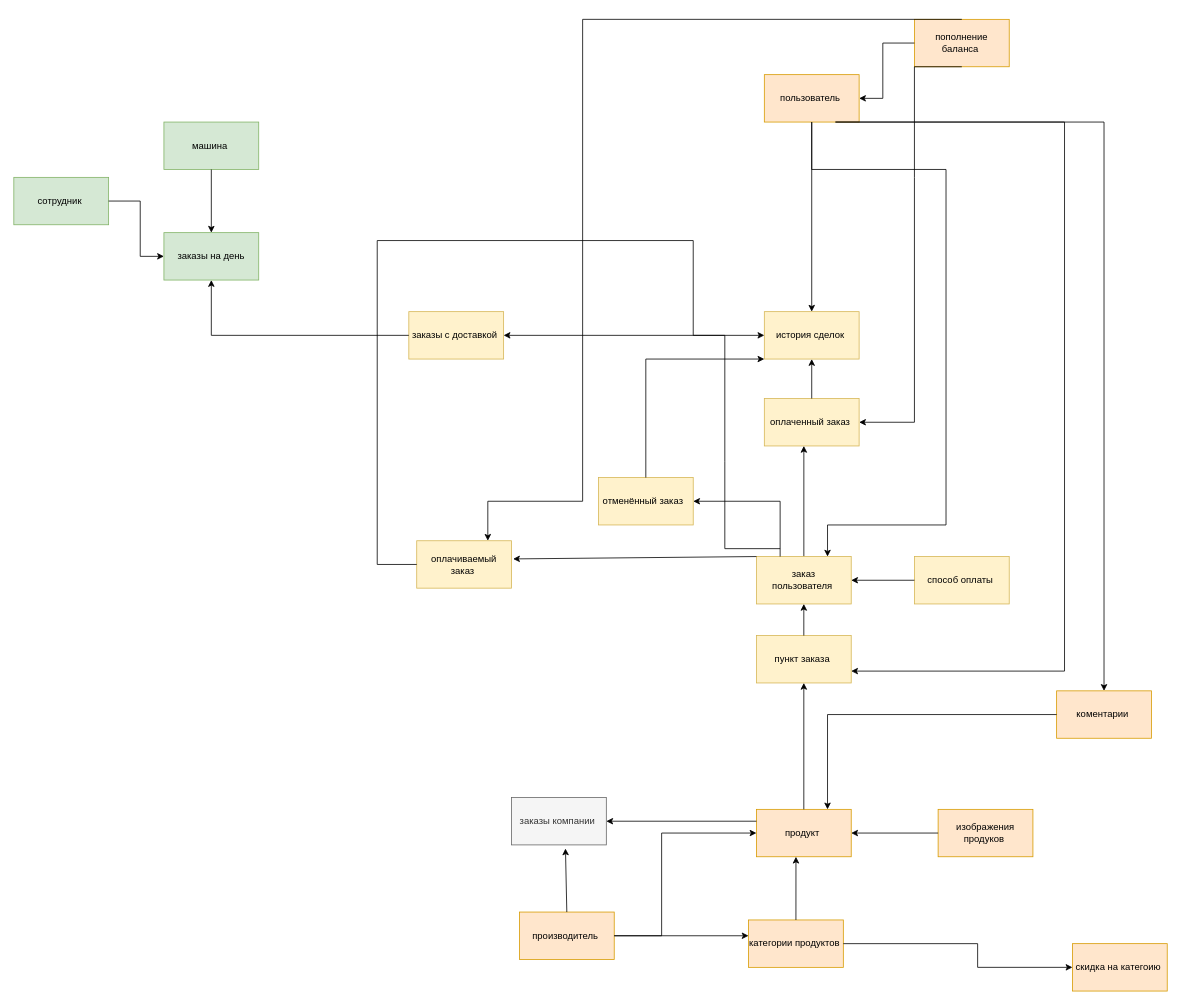
Above: page "Страница 1" (1 of 2) of django_rest1/DB.drawio in alexkhub/website2 (draw.io), before the change. Source tidied: cells renumbered, new cells numbered last; positions are measured from the earlier drawing's top-left corner, leaving out a move shared by most shapes. Both pictures are drawn from the tidied source at 79%, with x=0, y=0 at pixel (13, 19).
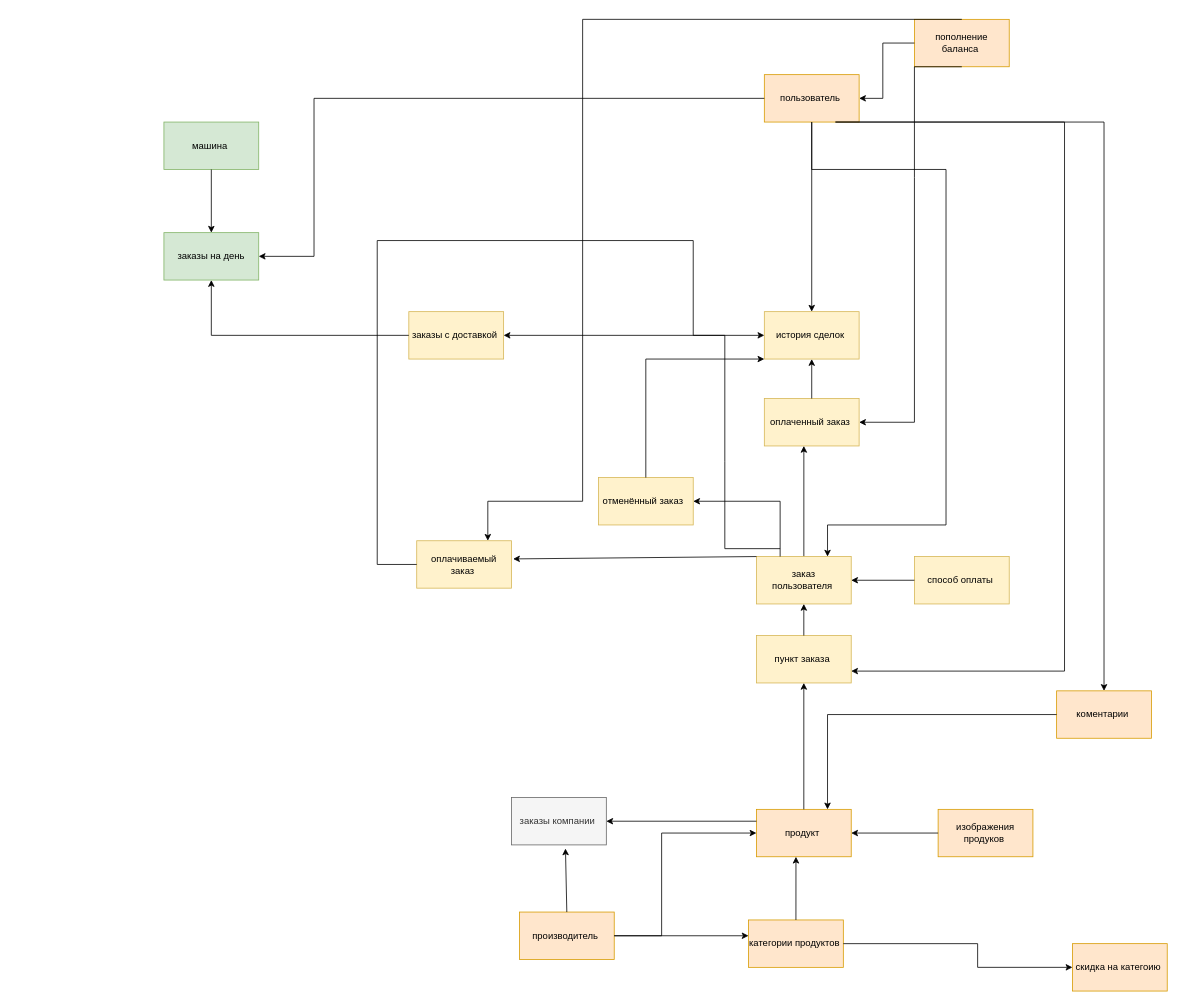
The same page after the edit.

Unchanged cells that the change refers to:
```xml
<mxCell id="2" value="пользователь&amp;nbsp;" style="rounded=0;whiteSpace=wrap;html=1;fillColor=#ffe6cc;strokeColor=#d79b00;" parent="1" vertex="1">
  <mxGeometry x="950" y="70" width="120" height="60" as="geometry" />
</mxCell>
<mxCell id="6" value="заказы на день" style="rounded=0;whiteSpace=wrap;html=1;fillColor=#d5e8d4;strokeColor=#82b366;" parent="1" vertex="1">
  <mxGeometry x="190" y="270" width="120" height="60" as="geometry" />
</mxCell>
```

What changed in the source:
```diff
@@
-    <mxCell id="7" value="сотрудник&amp;nbsp;" style="rounded=0;whiteSpace=wrap;html=1;fillColor=#d5e8d4;strokeColor=#82b366;" parent="1" vertex="1">
-      <mxGeometry y="200" width="120" height="60" as="geometry" />
-    </mxCell>
@@
-    <mxCell id="30" style="endArrow=classic;html=1;rounded=0;exitX=1;exitY=0.5;exitDx=0;exitDy=0;entryX=0;entryY=0.5;entryDx=0;entryDy=0;" parent="1" edge="1" source="7" target="6">
-      <mxGeometry relative="1" as="geometry">
-        <Array as="points">
-          <mxPoint x="160" y="230" />
-          <mxPoint x="160" y="300" />
-        </Array>
-      </mxGeometry>
-    </mxCell>
@@
+    <mxCell id="50" style="endArrow=classic;html=1;rounded=0;exitX=0;exitY=0.5;exitDx=0;exitDy=0;entryX=1;entryY=0.5;entryDx=0;entryDy=0;" parent="1" edge="1" source="2" target="6">
+      <mxGeometry relative="1" as="geometry">
+        <Array as="points">
+          <mxPoint x="380" y="100" />
+          <mxPoint x="380" y="300" />
+        </Array>
+      </mxGeometry>
+    </mxCell>
```
